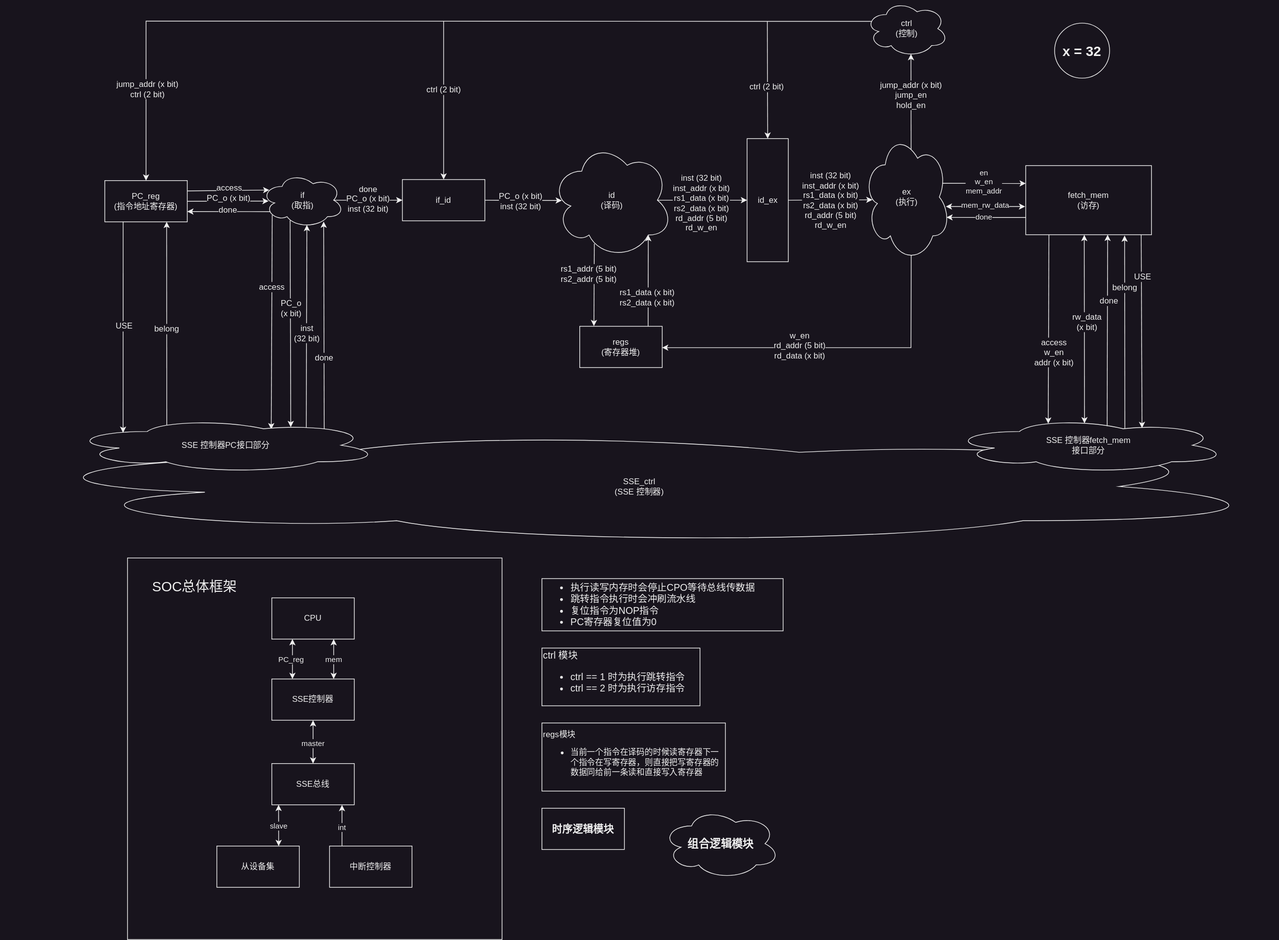
Above: SOC-32bit-project/RTL_plan.svg in SDTEFU/SOC_test (draw.io), before the change. Source tidied: cells renumbered, new cells last; positions are measured from the earlier drawing's top-left corner, leaving out a move shared by most shapes.
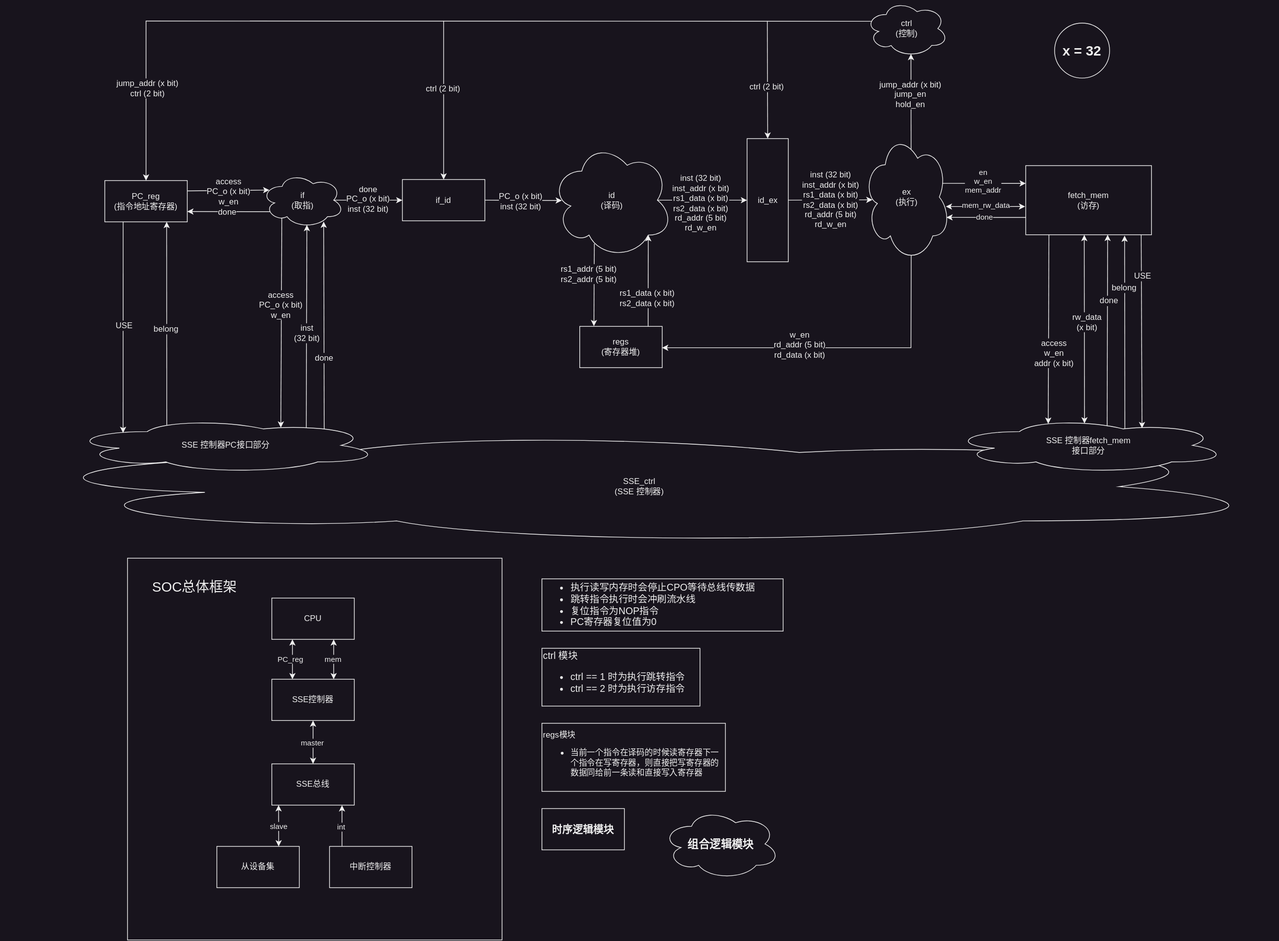
The same file after the commit.

What changed in the source:
```diff
@@ -17,22 +17,14 @@
     <mxCell id="6" value="if&lt;br&gt;(取指)" style="ellipse;shape=cloud;whiteSpace=wrap;html=1;fontFamily=Helvetica;fontSize=12;" parent="1" vertex="1">
       <mxGeometry x="380" y="250.5" width="120" height="80" as="geometry" />
     </mxCell>
-    <mxCell id="7" style="endArrow=classic;html=1;rounded=0;fontFamily=Helvetica;fontSize=12;exitX=0.13;exitY=0.77;exitDx=0;exitDy=0;exitPerimeter=0;entryX=0.65;entryY=0.21;entryDx=0;entryDy=0;entryPerimeter=0;" parent="1" edge="1" source="6" target="31">
+    <mxCell id="7" style="endArrow=classic;html=1;rounded=0;fontFamily=Helvetica;fontSize=12;exitX=0.246;exitY=0.824;exitDx=0;exitDy=0;exitPerimeter=0;entryX=0.681;entryY=0.177;entryDx=0;entryDy=0;entryPerimeter=0;" parent="1" edge="1" source="6" target="31">
       <mxGeometry relative="1" as="geometry" />
     </mxCell>
-    <mxCell id="8" value="access" style="edgeLabel;html=1;align=center;verticalAlign=middle;fontSize=12;fontFamily=Helvetica;" parent="7" vertex="1">
+    <mxCell id="8" value="access&lt;br&gt;PC_o (x bit)&lt;br&gt;w_en" style="edgeLabel;html=1;align=center;verticalAlign=middle;fontSize=12;fontFamily=Helvetica;" parent="7" vertex="1">
       <mxGeometry x="-0.12" relative="1" as="geometry">
-        <mxPoint y="-33" as="offset" />
+        <mxPoint x="-1" y="-8" as="offset" />
       </mxGeometry>
     </mxCell>
-    <mxCell id="9" style="endArrow=classic;html=1;rounded=0;fontFamily=Helvetica;fontSize=12;exitX=0.347;exitY=0.866;exitDx=0;exitDy=0;exitPerimeter=0;entryX=0.713;entryY=0.17;entryDx=0;entryDy=0;entryPerimeter=0;" parent="1" edge="1" source="6" target="31">
-      <mxGeometry relative="1" as="geometry" />
-    </mxCell>
-    <mxCell id="10" value="PC_o&lt;br&gt;(x bit)" style="edgeLabel;html=1;align=center;verticalAlign=middle;fontSize=12;fontFamily=Helvetica;" parent="9" vertex="1">
-      <mxGeometry x="-0.12" relative="1" as="geometry">
-        <mxPoint y="-4" as="offset" />
-      </mxGeometry>
-    </mxCell>
     <mxCell id="11" style="endArrow=classic;html=1;rounded=0;fontFamily=Helvetica;fontSize=12;exitX=0.763;exitY=0.179;exitDx=0;exitDy=0;exitPerimeter=0;entryX=0.55;entryY=0.95;entryDx=0;entryDy=0;entryPerimeter=0;" parent="1" edge="1" source="31" target="6">
       <mxGeometry relative="1" as="geometry" />
     </mxCell>
@@ -52,25 +44,17 @@
     <mxCell id="15" style="endArrow=classic;html=1;rounded=0;fontFamily=Helvetica;fontSize=12;entryX=0.095;entryY=0.316;entryDx=0;entryDy=0;entryPerimeter=0;fontStyle=0;exitX=1;exitY=0.25;exitDx=0;exitDy=0;" parent="1" edge="1" source="2" target="6">
       <mxGeometry relative="1" as="geometry" />
     </mxCell>
-    <mxCell id="16" value="&lt;font size=&quot;1&quot; style=&quot;&quot;&gt;&lt;span style=&quot;font-size: 12px;&quot;&gt;access&lt;/span&gt;&lt;/font&gt;" style="edgeLabel;html=1;align=center;verticalAlign=middle;fontSize=12;fontFamily=Helvetica;" parent="15" vertex="1">
+    <mxCell id="16" value="&lt;font style=&quot;font-size: 12px;&quot;&gt;access&lt;br&gt;PC_o (x bit)&lt;br&gt;&lt;/font&gt;&lt;font size=&quot;1&quot; style=&quot;&quot;&gt;&lt;span style=&quot;font-size: 12px;&quot;&gt;w_en&lt;br&gt;&lt;/span&gt;&lt;/font&gt;" style="edgeLabel;html=1;align=center;verticalAlign=middle;fontSize=12;fontFamily=Helvetica;" parent="15" vertex="1">
       <mxGeometry x="0.27" y="-2" relative="1" as="geometry">
-        <mxPoint x="-16" y="-6" as="offset" />
+        <mxPoint x="-16" y="-1" as="offset" />
       </mxGeometry>
     </mxCell>
-    <mxCell id="17" style="endArrow=classic;html=1;rounded=0;fontFamily=Helvetica;fontSize=12;entryX=0.086;entryY=0.517;entryDx=0;entryDy=0;entryPerimeter=0;exitX=1;exitY=0.5;exitDx=0;exitDy=0;" parent="1" edge="1" source="2" target="6">
-      <mxGeometry relative="1" as="geometry" />
-    </mxCell>
-    <mxCell id="18" value="&lt;font style=&quot;font-size: 12px;&quot;&gt;PC_o (x bit)&lt;/font&gt;" style="edgeLabel;html=1;align=center;verticalAlign=middle;fontSize=12;fontFamily=Helvetica;" parent="17" vertex="1">
-      <mxGeometry x="0.27" y="-2" relative="1" as="geometry">
-        <mxPoint x="-16" y="-6" as="offset" />
-      </mxGeometry>
-    </mxCell>
     <mxCell id="19" style="endArrow=classic;html=1;rounded=0;fontFamily=Helvetica;fontSize=12;entryX=1;entryY=0.75;entryDx=0;entryDy=0;exitX=0.104;exitY=0.709;exitDx=0;exitDy=0;exitPerimeter=0;" parent="1" edge="1" source="6" target="2">
       <mxGeometry relative="1" as="geometry" />
     </mxCell>
     <mxCell id="20" value="&lt;font style=&quot;font-size: 12px;&quot;&gt;done&lt;/font&gt;" style="edgeLabel;html=1;align=center;verticalAlign=middle;fontSize=12;fontFamily=Helvetica;" parent="19" vertex="1">
       <mxGeometry x="0.27" y="-2" relative="1" as="geometry">
-        <mxPoint x="15" y="-1" as="offset" />
+        <mxPoint x="14" y="3" as="offset" />
       </mxGeometry>
     </mxCell>
     <mxCell id="21" value="id_ex" style="rounded=0;rotation=0;spacingTop=0;spacingLeft=0;spacingBottom=0;spacing=3;spacingRight=0;labelBackgroundColor=none;labelBorderColor=none;whiteSpace=wrap;html=1;horizontal=1;labelPosition=center;verticalLabelPosition=middle;align=center;verticalAlign=middle;direction=south;" parent="1" vertex="1">
```
